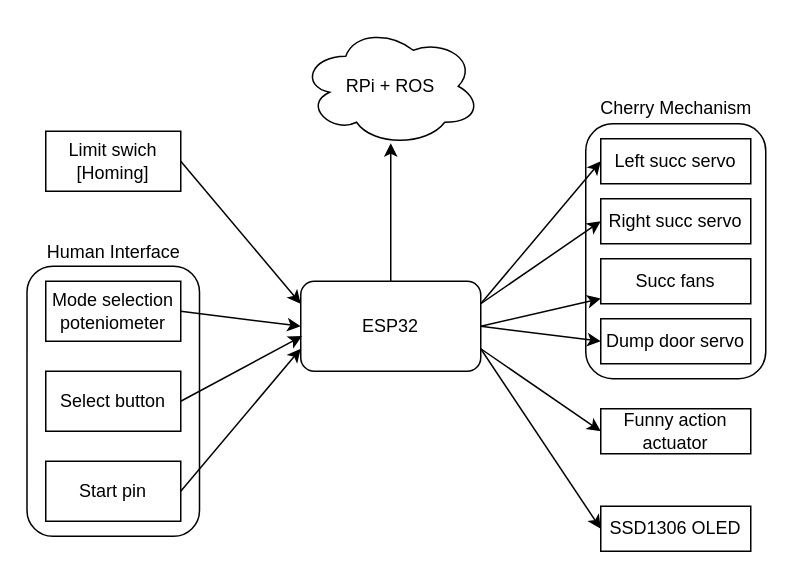
This is docs/diagrams/GeneralPurpose.drawio from ECAM-PR4L-Eurobot-2023/Eurobot-2023-General, a draw.io file, before an edit. Source tidied: cells renumbered, new cells numbered last; positions are measured from the earlier drawing's top-left corner, leaving out a move shared by most shapes. Both pictures are drawn from the tidied source at 150%, with x=0, y=0 at pixel (27, 26).
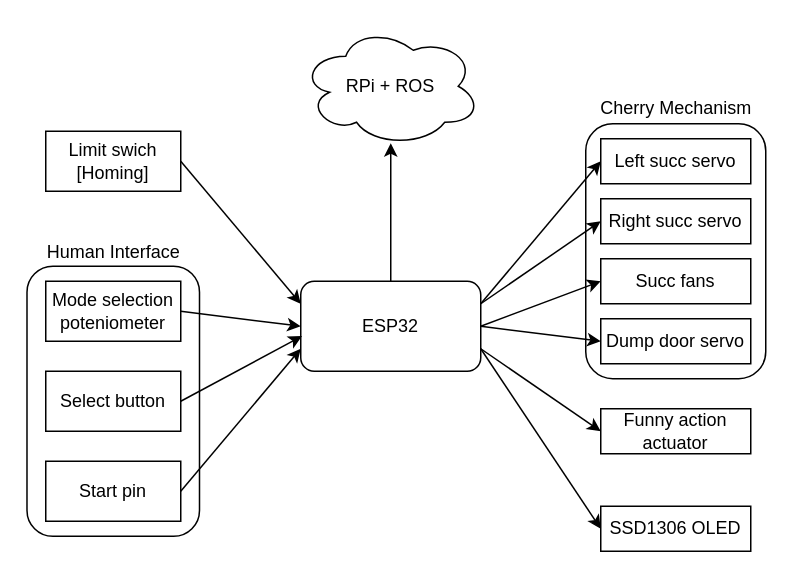
The same page after the edit.

The change refers to these unchanged cells:
```xml
<mxCell id="11" value="ESP32" style="rounded=1;whiteSpace=wrap;html=1;" parent="1" vertex="1">
  <mxGeometry x="182" y="170" width="120" height="60" as="geometry" />
</mxCell>
<mxCell id="24" value="Succ fans" style="rounded=0;whiteSpace=wrap;html=1;" parent="1" vertex="1">
  <mxGeometry x="382" y="155" width="100" height="30" as="geometry" />
</mxCell>
```

Diff of the diagram source:
```diff
@@
-    <mxCell id="7" style="edgeStyle=none;html=1;exitX=1;exitY=0.5;exitDx=0;exitDy=0;" parent="1" edge="1" source="11" target="24">
+    <mxCell id="7" style="edgeStyle=none;html=1;exitX=1;exitY=0.5;exitDx=0;exitDy=0;entryX=0;entryY=0.5;entryDx=0;entryDy=0;" parent="1" edge="1" source="11" target="24">
       <mxGeometry relative="1" as="geometry" />
     </mxCell>
```
